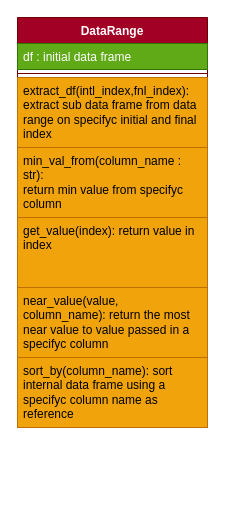
Before: page "Arch" (2 of 2) of diagrams/PCI.drawio in ZiftK/pci, a draw.io diagram. Source tidied: cells renumbered, new cells numbered last; positions are measured from the earlier drawing's top-left corner, leaving out a move shared by most shapes. Both pictures are drawn from the tidied source at 100%, with x=0, y=0 at pixel (17, 17).
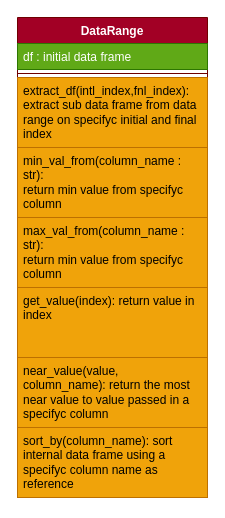
The same page after the edit.

The edit, as a diff of the source:
```diff
@@
 <mxGraphModel>
   <root>
     <mxCell id="0" />
     <mxCell id="1" parent="0" />
     <mxCell id="2" value="DataRange" style="swimlane;fontStyle=1;align=center;verticalAlign=top;horizontal=1;startSize=26;whiteSpace=wrap;html=1;fillColor=#a20025;fontColor=#ffffff;strokeColor=#6F0000;" parent="1" vertex="1">
-      <mxGeometry width="190" height="410" as="geometry" />
+      <mxGeometry width="190" height="480" as="geometry" />
     </mxCell>
     <mxCell id="3" value="df : initial data frame" style="text;strokeColor=#2D7600;fillColor=#60a917;align=left;verticalAlign=top;spacingLeft=4;spacingRight=4;overflow=hidden;whiteSpace=wrap;html=1;fontColor=#ffffff;" parent="2" vertex="1">
       <mxGeometry y="26" width="190" height="26" as="geometry" />
     </mxCell>
     <mxCell id="4" style="line;strokeWidth=1;fillColor=none;align=left;verticalAlign=middle;spacingTop=-1;spacingLeft=3;spacingRight=3;labelPosition=right;strokeColor=inherit;" parent="2" vertex="1">
       <mxGeometry y="52" width="190" height="8" as="geometry" />
     </mxCell>
     <mxCell id="5" value="extract_df(intl_index,fnl_index): extract sub data frame from data range on specifyc initial and final index" style="text;strokeColor=#BD7000;fillColor=#f0a30a;align=left;verticalAlign=top;spacingLeft=4;spacingRight=4;overflow=hidden;whiteSpace=wrap;html=1;fontColor=#000000;" parent="2" vertex="1">
       <mxGeometry y="60" width="190" height="70" as="geometry" />
     </mxCell>
     <mxCell id="6" value="min_val_from(column_name : str): &lt;br&gt;return min value from specifyc column" style="text;strokeColor=#BD7000;fillColor=#f0a30a;align=left;verticalAlign=top;spacingLeft=4;spacingRight=4;overflow=hidden;whiteSpace=wrap;html=1;fontColor=#000000;" parent="2" vertex="1">
       <mxGeometry y="130" width="190" height="70" as="geometry" />
     </mxCell>
+    <mxCell id="10" value="max_val_from(column_name : str): &lt;br&gt;return min value from specifyc column" style="text;strokeColor=#BD7000;fillColor=#f0a30a;align=left;verticalAlign=top;spacingLeft=4;spacingRight=4;overflow=hidden;whiteSpace=wrap;html=1;fontColor=#000000;" parent="2" vertex="1">
+      <mxGeometry y="200" width="190" height="70" as="geometry" />
+    </mxCell>
     <mxCell id="7" value="get_value(index): return value in index" style="text;strokeColor=#BD7000;fillColor=#f0a30a;align=left;verticalAlign=top;spacingLeft=4;spacingRight=4;overflow=hidden;whiteSpace=wrap;html=1;fontColor=#000000;" parent="2" vertex="1">
-      <mxGeometry y="200" width="190" height="70" as="geometry" />
+      <mxGeometry y="270" width="190" height="70" as="geometry" />
     </mxCell>
     <mxCell id="8" value="near_value(value, column_name): return the most near value to value passed in a specifyc column" style="text;strokeColor=#BD7000;fillColor=#f0a30a;align=left;verticalAlign=top;spacingLeft=4;spacingRight=4;overflow=hidden;whiteSpace=wrap;html=1;fontColor=#000000;" parent="2" vertex="1">
-      <mxGeometry y="270" width="190" height="70" as="geometry" />
+      <mxGeometry y="340" width="190" height="70" as="geometry" />
     </mxCell>
     <mxCell id="9" value="sort_by(column_name): sort internal data frame using a specifyc column name as reference" style="text;strokeColor=#BD7000;fillColor=#f0a30a;align=left;verticalAlign=top;spacingLeft=4;spacingRight=4;overflow=hidden;whiteSpace=wrap;html=1;fontColor=#000000;" parent="2" vertex="1">
-      <mxGeometry y="340" width="190" height="70" as="geometry" />
+      <mxGeometry y="410" width="190" height="70" as="geometry" />
     </mxCell>
   </root>
 </mxGraphModel>
```
